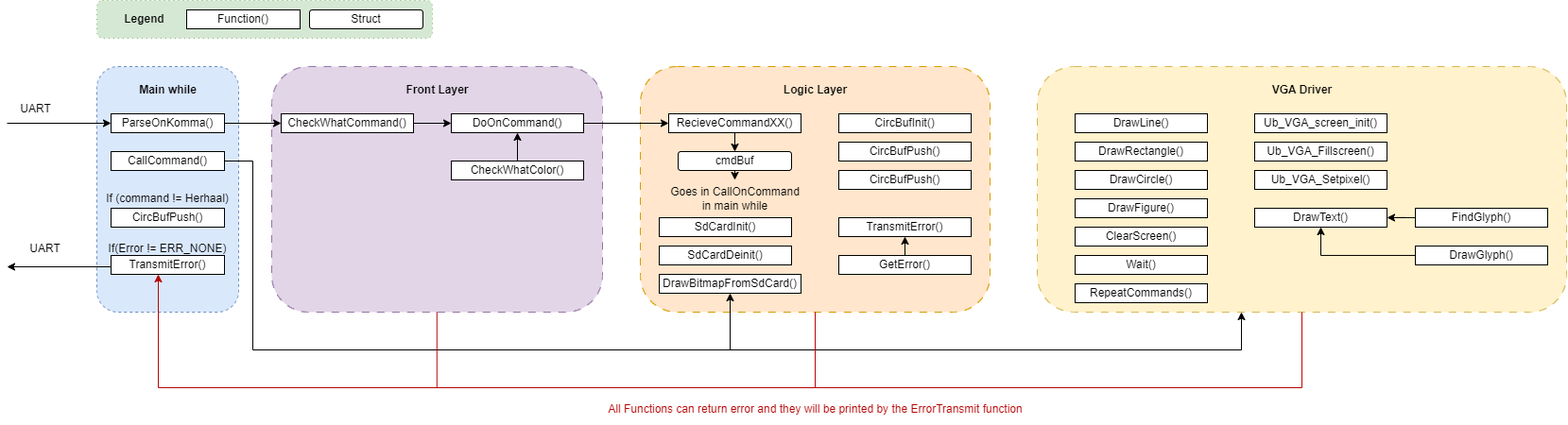
The draw.io diagram images/Functioneel_Schema.png in yopocho/VGA-Project, before a commit. Source tidied: cells renumbered, new cells last; positions are measured from the earlier drawing's top-left corner, leaving out a move shared by most shapes. Its diagram source:
```xml
<mxGraphModel>
  <root>
    <mxCell id="0" />
    <mxCell id="1" parent="0" />
    <mxCell id="2" style="rounded=1;whiteSpace=wrap;html=1;fillColor=#d5e8d4;strokeColor=#82b366;dashed=1;dashPattern=1 4;" parent="1" vertex="1">
      <mxGeometry x="95" width="355" height="40" as="geometry" />
    </mxCell>
    <mxCell id="3" style="rounded=1;whiteSpace=wrap;html=1;dashed=1;dashPattern=8 8;fillColor=#fff2cc;strokeColor=#d6b656;" parent="1" vertex="1">
      <mxGeometry x="1090" y="70" width="560" height="260" as="geometry" />
    </mxCell>
    <mxCell id="4" style="rounded=1;whiteSpace=wrap;html=1;dashed=1;dashPattern=8 8;fillColor=#ffe6cc;strokeColor=#d79b00;" parent="1" vertex="1">
      <mxGeometry x="670" y="70" width="370" height="260" as="geometry" />
    </mxCell>
    <mxCell id="5" style="rounded=1;whiteSpace=wrap;html=1;dashed=1;dashPattern=8 8;fillColor=#e1d5e7;strokeColor=#9673a6;" parent="1" vertex="1">
      <mxGeometry x="280" y="70" width="350" height="260" as="geometry" />
    </mxCell>
    <mxCell id="6" style="rounded=1;whiteSpace=wrap;html=1;dashed=1;fillColor=#dae8fc;strokeColor=#6c8ebf;" parent="1" vertex="1">
      <mxGeometry x="95" y="70" width="150" height="260" as="geometry" />
    </mxCell>
    <mxCell id="7" value="Function()" style="rounded=0;whiteSpace=wrap;html=1;" parent="1" vertex="1">
      <mxGeometry x="190" y="10" width="120" height="20" as="geometry" />
    </mxCell>
    <mxCell id="8" value="cmdBuf" style="rounded=1;whiteSpace=wrap;html=1;" parent="1" vertex="1">
      <mxGeometry x="710" y="160" width="120" height="20" as="geometry" />
    </mxCell>
    <mxCell id="9" style="edgeStyle=orthogonalEdgeStyle;rounded=0;jettySize=auto;html=1;" parent="1" edge="1" source="10" target="22">
      <mxGeometry relative="1" as="geometry" />
    </mxCell>
    <mxCell id="10" value="ParseOnKomma()" style="rounded=0;whiteSpace=wrap;html=1;" parent="1" vertex="1">
      <mxGeometry x="110" y="120" width="120" height="20" as="geometry" />
    </mxCell>
    <mxCell id="11" style="endArrow=classic;html=1;rounded=0;entryX=0;entryY=0.5;entryDx=0;entryDy=0;" parent="1" edge="1" target="10">
      <mxGeometry relative="1" as="geometry">
        <mxPoint y="130" as="sourcePoint" />
      </mxGeometry>
    </mxCell>
    <mxCell id="12" value="UART" style="text;html=1;align=center;verticalAlign=middle;strokeColor=none;fillColor=none;" parent="1" vertex="1">
      <mxGeometry y="100" width="60" height="30" as="geometry" />
    </mxCell>
    <mxCell id="13" value="CallCommand()" style="rounded=0;whiteSpace=wrap;html=1;" parent="1" vertex="1">
      <mxGeometry x="110" y="160" width="120" height="20" as="geometry" />
    </mxCell>
    <mxCell id="14" value="If(Error != ERR_NONE)" style="text;html=1;strokeColor=none;fillColor=none;align=center;verticalAlign=middle;whiteSpace=wrap;rounded=0;" parent="1" vertex="1">
      <mxGeometry x="100" y="248" width="140" height="30" as="geometry" />
    </mxCell>
    <mxCell id="15" value="If (command != Herhaal)" style="text;html=1;strokeColor=none;fillColor=none;align=center;verticalAlign=middle;whiteSpace=wrap;rounded=0;" parent="1" vertex="1">
      <mxGeometry x="100" y="195" width="140" height="30" as="geometry" />
    </mxCell>
    <mxCell id="16" value="CircBufPush()" style="rounded=0;whiteSpace=wrap;html=1;" parent="1" vertex="1">
      <mxGeometry x="110" y="220" width="120" height="20" as="geometry" />
    </mxCell>
    <mxCell id="17" value="TransmitError()" style="rounded=0;whiteSpace=wrap;html=1;" parent="1" vertex="1">
      <mxGeometry x="110" y="270" width="120" height="20" as="geometry" />
    </mxCell>
    <mxCell id="18" value="&lt;b&gt;Main while&lt;/b&gt;" style="text;html=1;align=center;verticalAlign=middle;strokeColor=none;fillColor=none;" parent="1" vertex="1">
      <mxGeometry x="130" y="80" width="80" height="30" as="geometry" />
    </mxCell>
    <mxCell id="19" style="endArrow=classic;html=1;rounded=0;" parent="1" edge="1">
      <mxGeometry relative="1" as="geometry">
        <mxPoint x="110" y="282" as="sourcePoint" />
        <mxPoint y="282" as="targetPoint" />
      </mxGeometry>
    </mxCell>
    <mxCell id="20" value="UART" style="text;html=1;align=center;verticalAlign=middle;strokeColor=none;fillColor=none;" parent="1" vertex="1">
      <mxGeometry x="10" y="248" width="60" height="30" as="geometry" />
    </mxCell>
    <mxCell id="21" style="edgeStyle=orthogonalEdgeStyle;rounded=0;jettySize=auto;html=1;" parent="1" edge="1" source="22" target="26">
      <mxGeometry relative="1" as="geometry" />
    </mxCell>
    <mxCell id="22" value="CheckWhatCommand()" style="rounded=0;whiteSpace=wrap;html=1;" parent="1" vertex="1">
      <mxGeometry x="290" y="120" width="140" height="20" as="geometry" />
    </mxCell>
    <mxCell id="23" style="edgeStyle=orthogonalEdgeStyle;rounded=0;jettySize=auto;html=1;" parent="1" edge="1" source="24" target="26">
      <mxGeometry relative="1" as="geometry" />
    </mxCell>
    <mxCell id="24" value="CheckWhatColor()" style="rounded=0;whiteSpace=wrap;html=1;" parent="1" vertex="1">
      <mxGeometry x="470" y="170" width="140" height="20" as="geometry" />
    </mxCell>
    <mxCell id="25" style="edgeStyle=orthogonalEdgeStyle;rounded=0;jettySize=auto;html=1;" parent="1" edge="1" source="26" target="28">
      <mxGeometry relative="1" as="geometry" />
    </mxCell>
    <mxCell id="26" value="DoOnCommand()" style="rounded=0;whiteSpace=wrap;html=1;" parent="1" vertex="1">
      <mxGeometry x="470" y="120" width="140" height="20" as="geometry" />
    </mxCell>
    <mxCell id="27" value="&lt;b&gt;Front Layer&lt;/b&gt;" style="text;html=1;align=center;verticalAlign=middle;strokeColor=none;fillColor=none;" parent="1" vertex="1">
      <mxGeometry x="410" y="80" width="90" height="30" as="geometry" />
    </mxCell>
    <mxCell id="28" value="RecieveCommandXX()" style="rounded=0;whiteSpace=wrap;html=1;" parent="1" vertex="1">
      <mxGeometry x="700" y="120" width="140" height="20" as="geometry" />
    </mxCell>
    <mxCell id="29" value="Struct" style="rounded=1;whiteSpace=wrap;html=1;" parent="1" vertex="1">
      <mxGeometry x="320" y="10" width="120" height="20" as="geometry" />
    </mxCell>
    <mxCell id="30" value="Goes in CallOnCommand&lt;br&gt;in main while" style="text;html=1;align=center;verticalAlign=middle;points=[];strokeColor=none;fillColor=none;" parent="1" vertex="1">
      <mxGeometry x="690" y="190" width="160" height="40" as="geometry" />
    </mxCell>
    <mxCell id="31" style="endArrow=classic;html=1;rounded=0;exitX=0.5;exitY=1;exitDx=0;exitDy=0;" parent="1" edge="1" source="8" target="30">
      <mxGeometry relative="1" as="geometry" />
    </mxCell>
    <mxCell id="32" value="CircBufInit()" style="rounded=0;whiteSpace=wrap;html=1;" parent="1" vertex="1">
      <mxGeometry x="880" y="120" width="140" height="20" as="geometry" />
    </mxCell>
    <mxCell id="33" value="CircBufPush()" style="rounded=0;whiteSpace=wrap;html=1;" parent="1" vertex="1">
      <mxGeometry x="880" y="150" width="140" height="20" as="geometry" />
    </mxCell>
    <mxCell id="34" value="CircBufPush()" style="rounded=0;whiteSpace=wrap;html=1;" parent="1" vertex="1">
      <mxGeometry x="880" y="180" width="140" height="20" as="geometry" />
    </mxCell>
    <mxCell id="35" value="TransmitError()" style="rounded=0;whiteSpace=wrap;html=1;" parent="1" vertex="1">
      <mxGeometry x="880" y="230" width="140" height="20" as="geometry" />
    </mxCell>
    <mxCell id="36" value="GetError()" style="rounded=0;whiteSpace=wrap;html=1;" parent="1" vertex="1">
      <mxGeometry x="880" y="270" width="140" height="20" as="geometry" />
    </mxCell>
    <mxCell id="37" value="DrawBitmapFromSdCard()" style="rounded=0;whiteSpace=wrap;html=1;" parent="1" vertex="1">
      <mxGeometry x="690" y="290" width="150" height="20" as="geometry" />
    </mxCell>
    <mxCell id="38" style="endArrow=classic;html=1;rounded=0;exitX=0.5;exitY=0;exitDx=0;exitDy=0;entryX=0.5;entryY=1;entryDx=0;entryDy=0;" parent="1" edge="1" source="36" target="35">
      <mxGeometry relative="1" as="geometry" />
    </mxCell>
    <mxCell id="39" value="&lt;b&gt;Logic Layer&lt;/b&gt;" style="text;html=1;align=center;verticalAlign=middle;strokeColor=none;fillColor=none;" parent="1" vertex="1">
      <mxGeometry x="810" y="80" width="90" height="30" as="geometry" />
    </mxCell>
    <mxCell id="40" value="SdCardInit()" style="rounded=0;whiteSpace=wrap;html=1;" parent="1" vertex="1">
      <mxGeometry x="690" y="230" width="140" height="20" as="geometry" />
    </mxCell>
    <mxCell id="41" value="DrawLine()" style="rounded=0;whiteSpace=wrap;html=1;" parent="1" vertex="1">
      <mxGeometry x="1130" y="120" width="140" height="20" as="geometry" />
    </mxCell>
    <mxCell id="42" value="SdCardDeinit()" style="rounded=0;whiteSpace=wrap;html=1;" parent="1" vertex="1">
      <mxGeometry x="690" y="260" width="140" height="20" as="geometry" />
    </mxCell>
    <mxCell id="43" value="DrawRectangle()" style="rounded=0;whiteSpace=wrap;html=1;" parent="1" vertex="1">
      <mxGeometry x="1130" y="150" width="140" height="20" as="geometry" />
    </mxCell>
    <mxCell id="44" value="Ub_VGA_Fillscreen()" style="rounded=0;whiteSpace=wrap;html=1;" parent="1" vertex="1">
      <mxGeometry x="1320" y="150" width="140" height="20" as="geometry" />
    </mxCell>
    <mxCell id="45" value="Ub_VGA_screen_init()" style="rounded=0;whiteSpace=wrap;html=1;" parent="1" vertex="1">
      <mxGeometry x="1320" y="120" width="140" height="20" as="geometry" />
    </mxCell>
    <mxCell id="46" value="DrawCircle()" style="rounded=0;whiteSpace=wrap;html=1;" parent="1" vertex="1">
      <mxGeometry x="1130" y="180" width="140" height="20" as="geometry" />
    </mxCell>
    <mxCell id="47" value="DrawFigure()" style="rounded=0;whiteSpace=wrap;html=1;" parent="1" vertex="1">
      <mxGeometry x="1130" y="210" width="140" height="20" as="geometry" />
    </mxCell>
    <mxCell id="48" value="Wait()" style="rounded=0;whiteSpace=wrap;html=1;" parent="1" vertex="1">
      <mxGeometry x="1130" y="270" width="140" height="20" as="geometry" />
    </mxCell>
    <mxCell id="49" value="ClearScreen()" style="rounded=0;whiteSpace=wrap;html=1;" parent="1" vertex="1">
      <mxGeometry x="1130" y="240" width="140" height="20" as="geometry" />
    </mxCell>
    <mxCell id="50" value="RepeatCommands()" style="rounded=0;whiteSpace=wrap;html=1;" parent="1" vertex="1">
      <mxGeometry x="1130" y="300" width="140" height="20" as="geometry" />
    </mxCell>
    <mxCell id="51" value="Ub_VGA_Setpixel()" style="rounded=0;whiteSpace=wrap;html=1;" parent="1" vertex="1">
      <mxGeometry x="1320" y="180" width="140" height="20" as="geometry" />
    </mxCell>
    <mxCell id="52" style="edgeStyle=orthogonalEdgeStyle;rounded=0;jettySize=auto;html=1;" parent="1" edge="1" source="53" target="56">
      <mxGeometry relative="1" as="geometry" />
    </mxCell>
    <mxCell id="53" value="FindGlyph()" style="rounded=0;whiteSpace=wrap;html=1;" parent="1" vertex="1">
      <mxGeometry x="1490" y="220" width="140" height="20" as="geometry" />
    </mxCell>
    <mxCell id="54" style="edgeStyle=orthogonalEdgeStyle;rounded=0;jettySize=auto;html=1;" parent="1" edge="1" source="55" target="56">
      <mxGeometry relative="1" as="geometry" />
    </mxCell>
    <mxCell id="55" value="DrawGlyph()" style="rounded=0;whiteSpace=wrap;html=1;" parent="1" vertex="1">
      <mxGeometry x="1490" y="260" width="140" height="20" as="geometry" />
    </mxCell>
    <mxCell id="56" value="DrawText()" style="rounded=0;whiteSpace=wrap;html=1;" parent="1" vertex="1">
      <mxGeometry x="1320" y="220" width="140" height="20" as="geometry" />
    </mxCell>
    <mxCell id="57" value="&lt;b&gt;VGA Driver&lt;/b&gt;" style="text;html=1;align=center;verticalAlign=middle;strokeColor=none;fillColor=none;" parent="1" vertex="1">
      <mxGeometry x="1325" y="80" width="90" height="30" as="geometry" />
    </mxCell>
    <mxCell id="58" style="endArrow=classic;html=1;rounded=0;exitX=0.5;exitY=1;exitDx=0;exitDy=0;entryX=0.5;entryY=0;entryDx=0;entryDy=0;" parent="1" edge="1" source="28" target="8">
      <mxGeometry relative="1" as="geometry" />
    </mxCell>
    <mxCell id="59" style="endArrow=classic;html=1;rounded=0;exitX=1;exitY=0.5;exitDx=0;exitDy=0;entryX=0.5;entryY=1;entryDx=0;entryDy=0;" parent="1" edge="1" source="13" target="37">
      <mxGeometry relative="1" as="geometry">
        <Array as="points">
          <mxPoint x="260" y="170" />
          <mxPoint x="260" y="370" />
          <mxPoint x="765" y="370" />
        </Array>
      </mxGeometry>
    </mxCell>
    <mxCell id="60" style="endArrow=classic;html=1;rounded=0;" parent="1" edge="1">
      <mxGeometry relative="1" as="geometry">
        <mxPoint x="760" y="370" as="sourcePoint" />
        <mxPoint x="1306" y="330" as="targetPoint" />
        <Array as="points">
          <mxPoint x="1306" y="370" />
        </Array>
      </mxGeometry>
    </mxCell>
    <mxCell id="61" value="&lt;b&gt;Legend&lt;/b&gt;" style="text;html=1;align=center;verticalAlign=middle;strokeColor=none;fillColor=none;" parent="1" vertex="1">
      <mxGeometry x="110" y="5" width="70" height="30" as="geometry" />
    </mxCell>
    <mxCell id="62" style="endArrow=classic;html=1;rounded=0;fillColor=#f8cecc;strokeColor=#B80404;exitX=0.5;exitY=1;exitDx=0;exitDy=0;" parent="1" edge="1" source="3">
      <mxGeometry relative="1" as="geometry">
        <mxPoint x="160" y="290" as="targetPoint" />
        <Array as="points">
          <mxPoint x="1370" y="410" />
          <mxPoint x="160" y="410" />
        </Array>
      </mxGeometry>
    </mxCell>
    <mxCell id="63" style="endArrow=none;html=1;rounded=0;entryX=0.5;entryY=1;entryDx=0;entryDy=0;strokeColor=#B80404;" parent="1" edge="1" target="4">
      <mxGeometry relative="1" as="geometry">
        <mxPoint x="855" y="410" as="sourcePoint" />
      </mxGeometry>
    </mxCell>
    <mxCell id="64" style="endArrow=none;html=1;rounded=0;entryX=0.5;entryY=1;entryDx=0;entryDy=0;strokeColor=#B80404;" parent="1" edge="1">
      <mxGeometry relative="1" as="geometry">
        <mxPoint x="454.8" y="410" as="sourcePoint" />
        <mxPoint x="454.8" y="330" as="targetPoint" />
      </mxGeometry>
    </mxCell>
    <mxCell id="65" value="&lt;font color=&quot;#b80404&quot;&gt;All Functions can return error and they will be printed by the ErrorTransmit function&lt;/font&gt;" style="text;html=1;align=center;verticalAlign=middle;strokeColor=none;fillColor=none;" parent="1" vertex="1">
      <mxGeometry x="625" y="418" width="460" height="30" as="geometry" />
    </mxCell>
  </root>
</mxGraphModel>
```
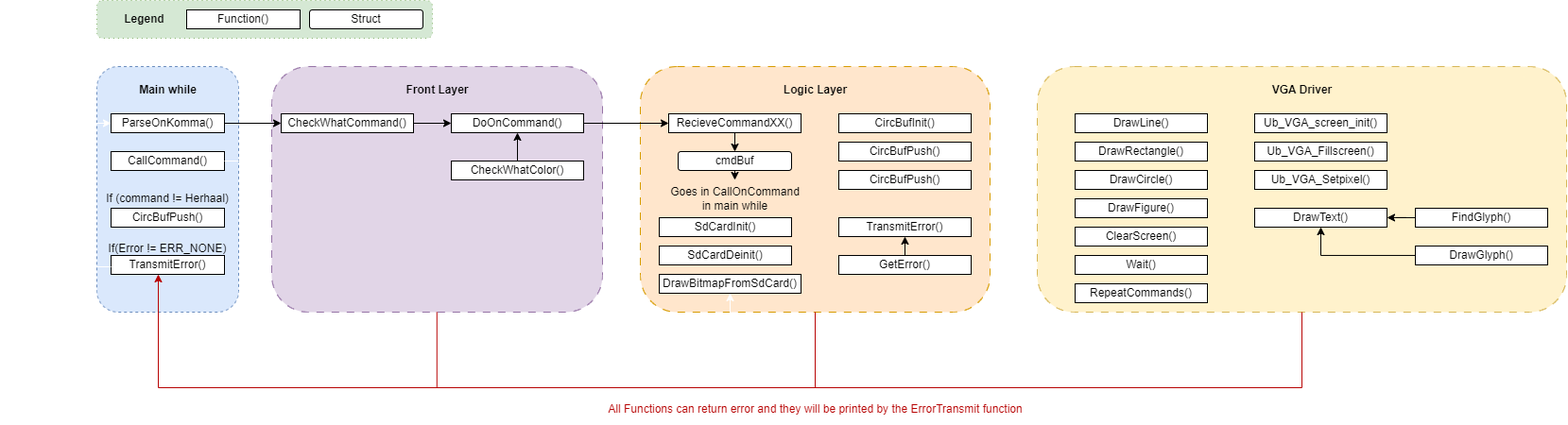
After the change.

Commit message:
Editted image to transparent background and white text

What changed in the source:
```diff
@@ -29,12 +29,12 @@
     <mxCell id="10" value="ParseOnKomma()" style="rounded=0;whiteSpace=wrap;html=1;" parent="1" vertex="1">
       <mxGeometry x="110" y="120" width="120" height="20" as="geometry" />
     </mxCell>
-    <mxCell id="11" style="endArrow=classic;html=1;rounded=0;entryX=0;entryY=0.5;entryDx=0;entryDy=0;" parent="1" edge="1" target="10">
+    <mxCell id="11" style="endArrow=classic;html=1;rounded=0;entryX=0;entryY=0.5;entryDx=0;entryDy=0;strokeColor=#FFFFFF;" parent="1" edge="1" target="10">
       <mxGeometry relative="1" as="geometry">
         <mxPoint y="130" as="sourcePoint" />
       </mxGeometry>
     </mxCell>
-    <mxCell id="12" value="UART" style="text;html=1;align=center;verticalAlign=middle;strokeColor=none;fillColor=none;" parent="1" vertex="1">
+    <mxCell id="12" value="UART" style="text;html=1;align=center;verticalAlign=middle;fontColor=#FFFFFF;" parent="1" vertex="1">
       <mxGeometry y="100" width="60" height="30" as="geometry" />
     </mxCell>
     <mxCell id="13" value="CallCommand()" style="rounded=0;whiteSpace=wrap;html=1;" parent="1" vertex="1">
@@ -55,13 +55,13 @@
     <mxCell id="18" value="&lt;b&gt;Main while&lt;/b&gt;" style="text;html=1;align=center;verticalAlign=middle;strokeColor=none;fillColor=none;" parent="1" vertex="1">
       <mxGeometry x="130" y="80" width="80" height="30" as="geometry" />
     </mxCell>
-    <mxCell id="19" style="endArrow=classic;html=1;rounded=0;" parent="1" edge="1">
+    <mxCell id="19" style="endArrow=classic;html=1;rounded=0;strokeColor=#FFFFFF;" parent="1" edge="1">
       <mxGeometry relative="1" as="geometry">
         <mxPoint x="110" y="282" as="sourcePoint" />
         <mxPoint y="282" as="targetPoint" />
       </mxGeometry>
     </mxCell>
-    <mxCell id="20" value="UART" style="text;html=1;align=center;verticalAlign=middle;strokeColor=none;fillColor=none;" parent="1" vertex="1">
+    <mxCell id="20" value="UART" style="text;html=1;align=center;verticalAlign=middle;strokeColor=none;fillColor=none;fontColor=#FFFFFF;" parent="1" vertex="1">
       <mxGeometry x="10" y="248" width="60" height="30" as="geometry" />
     </mxCell>
     <mxCell id="21" style="edgeStyle=orthogonalEdgeStyle;rounded=0;jettySize=auto;html=1;" parent="1" edge="1" source="22" target="26">
@@ -178,7 +178,7 @@
     <mxCell id="58" style="endArrow=classic;html=1;rounded=0;exitX=0.5;exitY=1;exitDx=0;exitDy=0;entryX=0.5;entryY=0;entryDx=0;entryDy=0;" parent="1" edge="1" source="28" target="8">
       <mxGeometry relative="1" as="geometry" />
     </mxCell>
-    <mxCell id="59" style="endArrow=classic;html=1;rounded=0;exitX=1;exitY=0.5;exitDx=0;exitDy=0;entryX=0.5;entryY=1;entryDx=0;entryDy=0;" parent="1" edge="1" source="13" target="37">
+    <mxCell id="59" style="endArrow=classic;html=1;rounded=0;exitX=1;exitY=0.5;exitDx=0;exitDy=0;entryX=0.5;entryY=1;entryDx=0;entryDy=0;strokeColor=#FFFFFF;" parent="1" edge="1" source="13" target="37">
       <mxGeometry relative="1" as="geometry">
         <Array as="points">
           <mxPoint x="260" y="170" />
@@ -187,7 +187,7 @@
         </Array>
       </mxGeometry>
     </mxCell>
-    <mxCell id="60" style="endArrow=classic;html=1;rounded=0;" parent="1" edge="1">
+    <mxCell id="60" style="endArrow=classic;html=1;rounded=0;strokeColor=#FFFFFF;" parent="1" edge="1">
       <mxGeometry relative="1" as="geometry">
         <mxPoint x="760" y="370" as="sourcePoint" />
         <mxPoint x="1306" y="330" as="targetPoint" />
```
